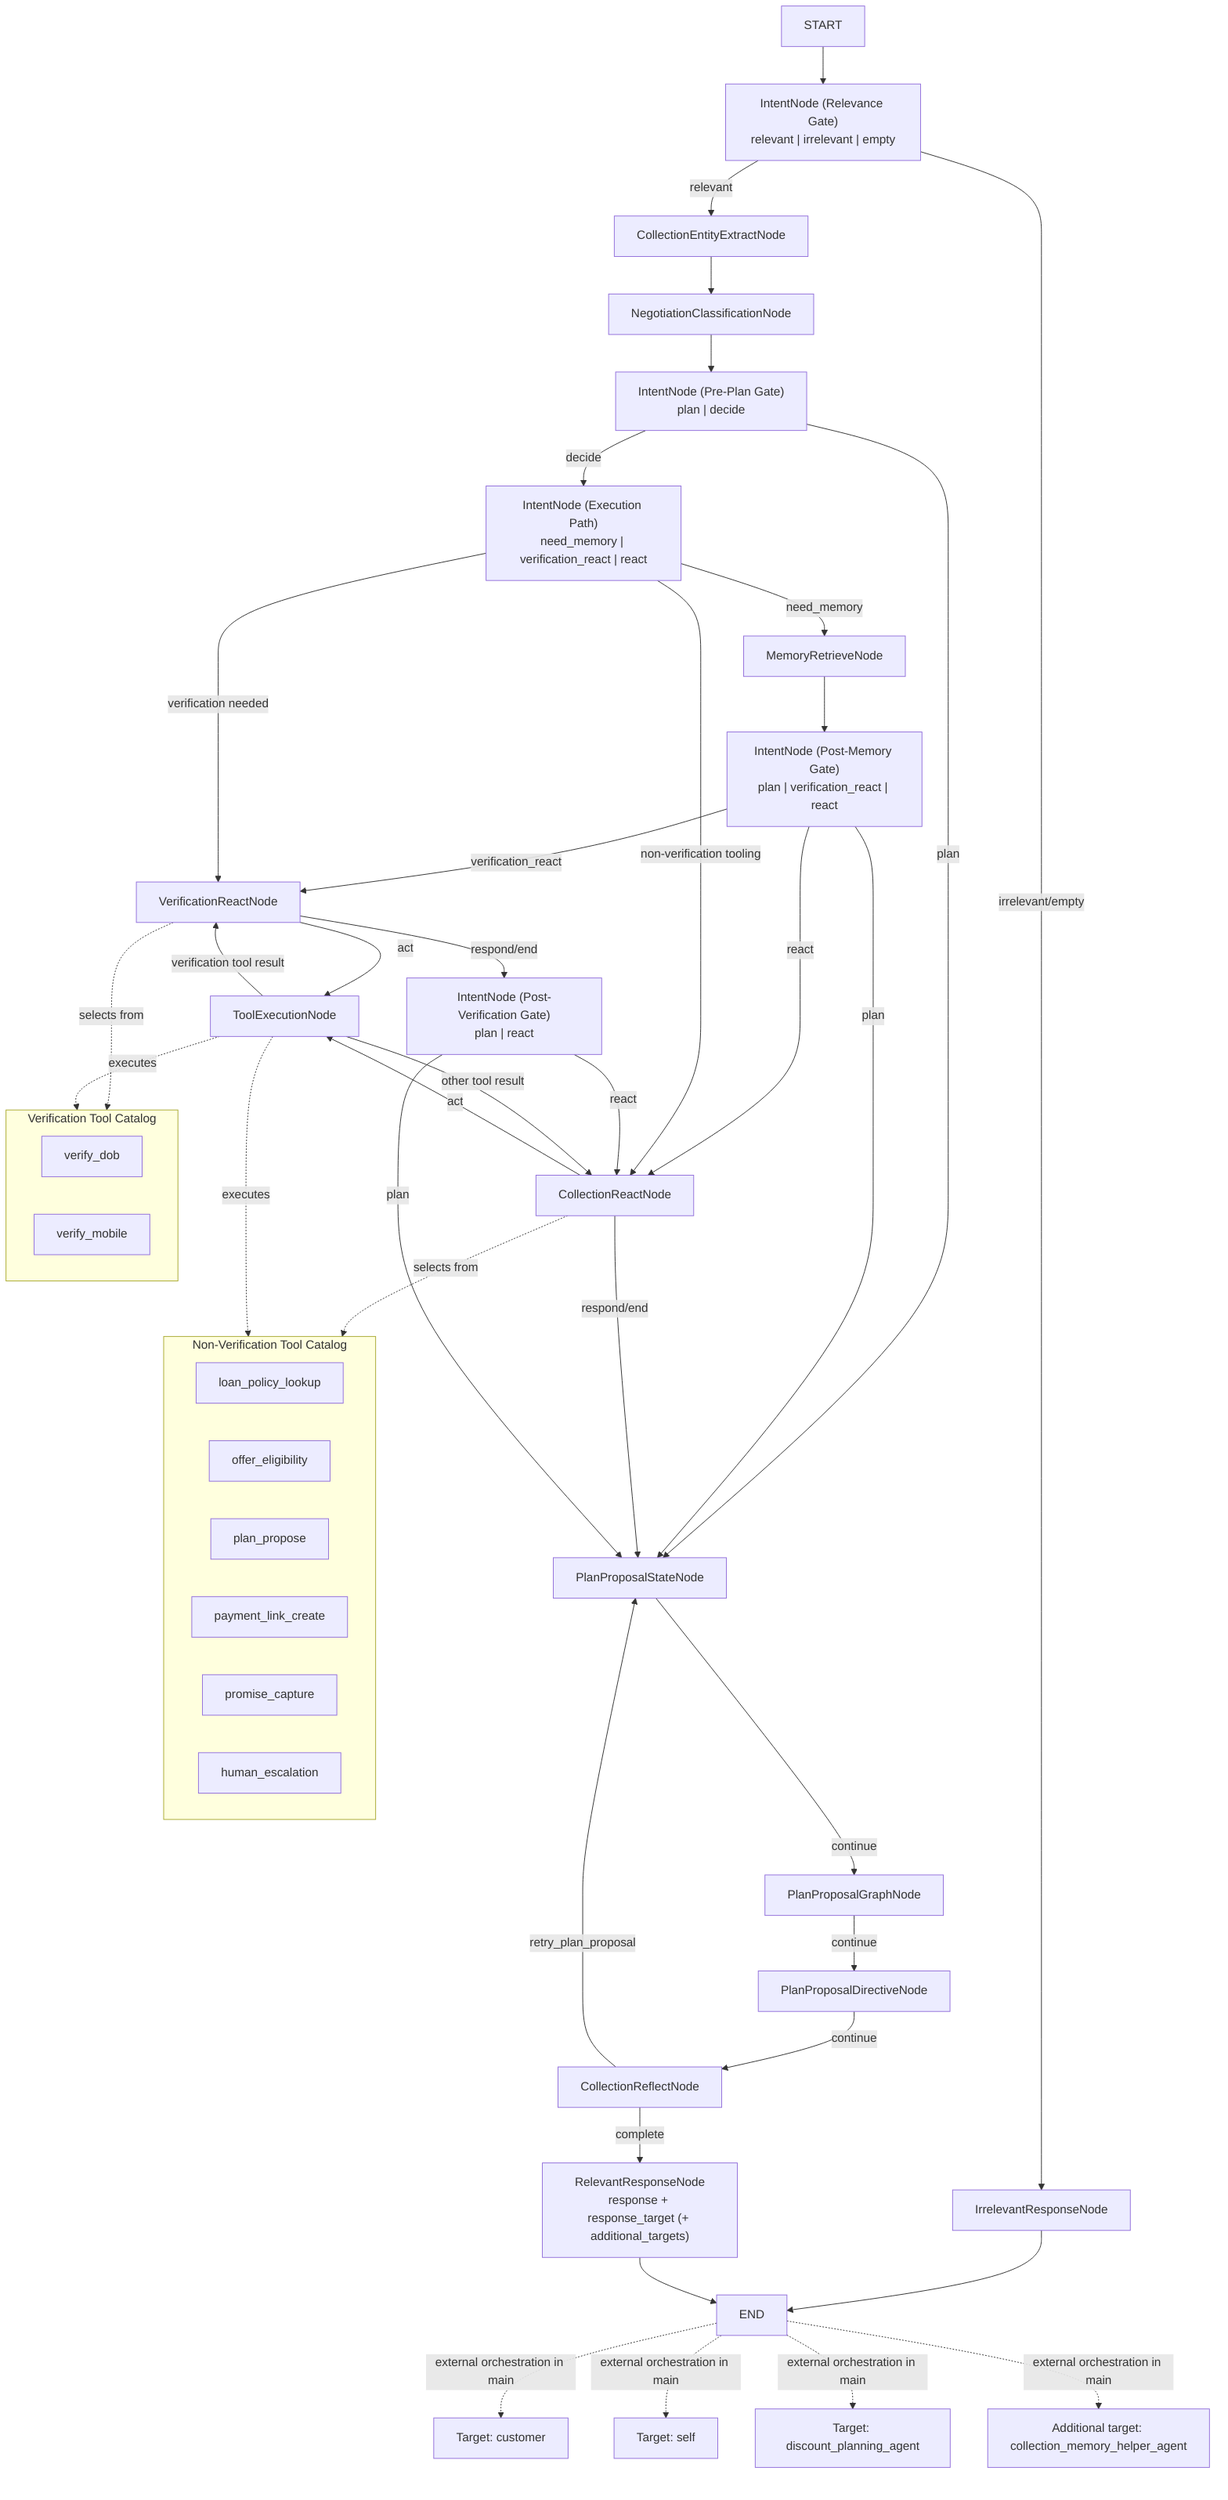
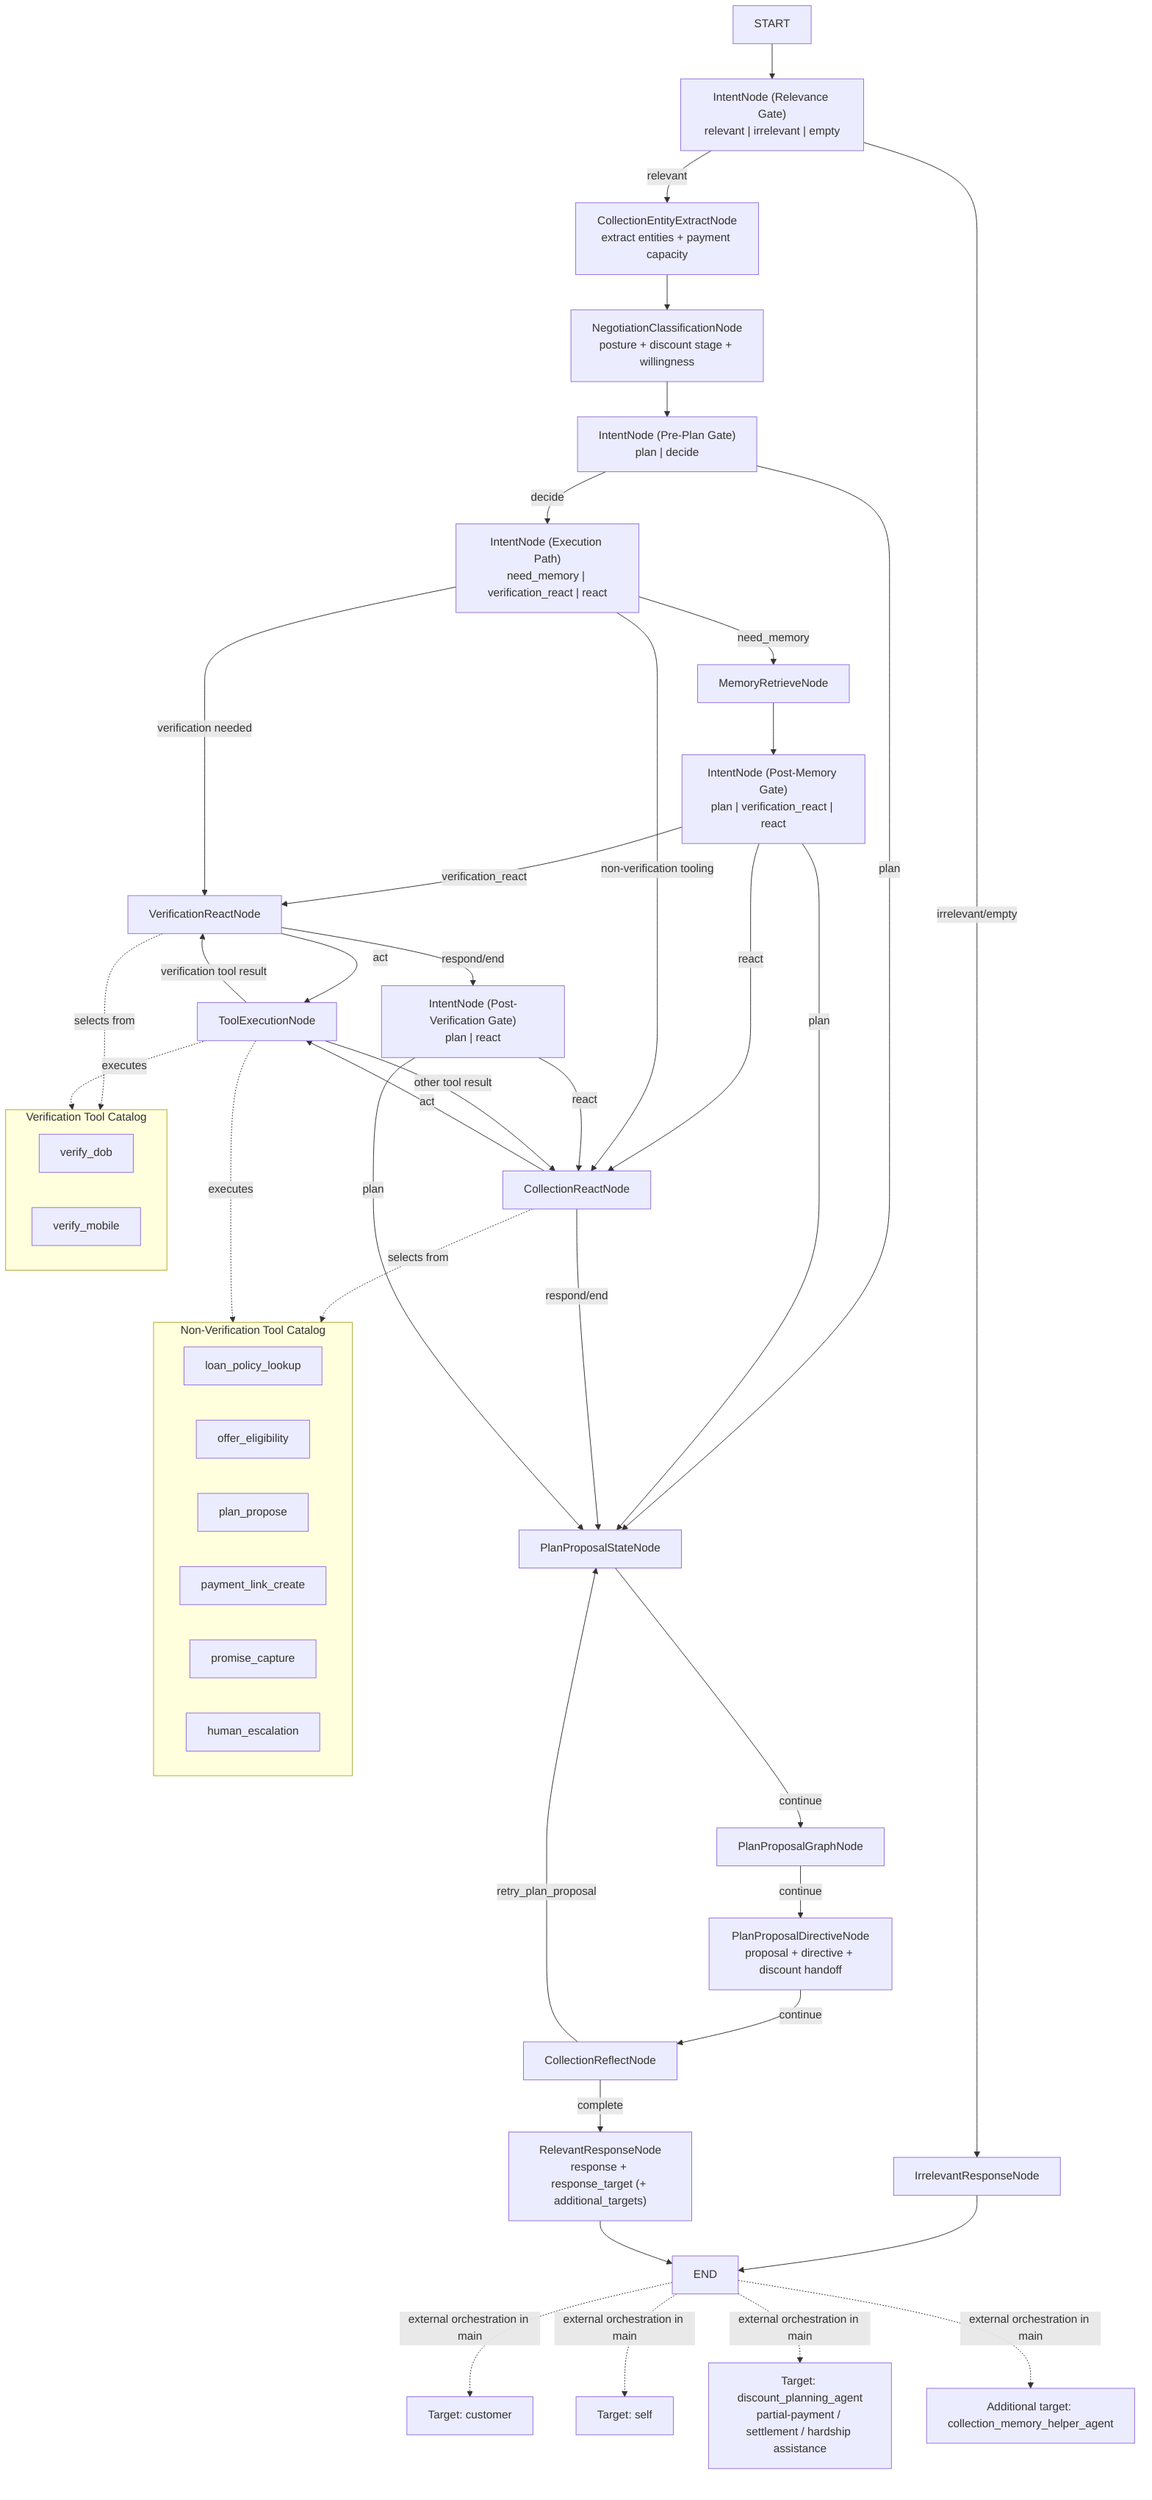
flowchart TD
  Start["START"] --> IN["IntentNode (Relevance Gate)\nrelevant | irrelevant | empty"]
  IN -->|irrelevant/empty| IR["IrrelevantResponseNode"]
  IR --> End["END"]

-   IN -->|relevant| EN["CollectionEntityExtractNode"]
-   EN --> NC["NegotiationClassificationNode"]
+   IN -->|relevant| EN["CollectionEntityExtractNode\nextract entities + payment capacity"]
+   EN --> NC["NegotiationClassificationNode\nposture + discount stage + willingness"]
  NC --> PG["IntentNode (Pre-Plan Gate)\nplan | decide"]
  PG -->|plan| PS["PlanProposalStateNode"]
  PG -->|decide| XP["IntentNode (Execution Path)\nneed_memory | verification_react | react"]

  XP -->|need_memory| MR["MemoryRetrieveNode"]
  MR --> PM["IntentNode (Post-Memory Gate)\nplan | verification_react | react"]
  PM -->|plan| PS
  PM -->|verification_react| VR["VerificationReactNode"]
  PM -->|react| RN["CollectionReactNode"]

  XP -->|verification needed| VR
  XP -->|non-verification tooling| RN

  RN -->|act| TE["ToolExecutionNode"]
  RN -->|respond/end| PS

  VR -->|act| TE
  VR -->|respond/end| PVI["IntentNode (Post-Verification Gate)\nplan | react"]
  PVI -->|plan| PS
  PVI -->|react| RN

  TE -->|verification tool result| VR
  TE -->|other tool result| RN

  PS -->|continue| PGN["PlanProposalGraphNode"]
-   PGN -->|continue| PD["PlanProposalDirectiveNode"]
+   PGN -->|continue| PD["PlanProposalDirectiveNode\nproposal + directive + discount handoff"]
  PD -->|continue| RF["CollectionReflectNode"]
  RF -->|retry_plan_proposal| PS
  RF -->|complete| RR["RelevantResponseNode\nresponse + response_target (+ additional_targets)"]
  RR --> End

  End -. external orchestration in main .-> X1["Target: customer"]
  End -. external orchestration in main .-> X2["Target: self"]
-   End -. external orchestration in main .-> X3["Target: discount_planning_agent"]
+   End -. external orchestration in main .-> X3["Target: discount_planning_agent\npartial-payment / settlement / hardship assistance"]
  End -. external orchestration in main .-> X4["Additional target: collection_memory_helper_agent"]

  subgraph VTBOX["Verification Tool Catalog"]
    VT1["verify_dob"]
    VT2["verify_mobile"]
  end

  subgraph NTBOX["Non-Verification Tool Catalog"]
    NT1["loan_policy_lookup"]
    NT2["offer_eligibility"]
    NT3["plan_propose"]
    NT4["payment_link_create"]
    NT5["promise_capture"]
    NT6["human_escalation"]
  end

  VR -. selects from .-> VTBOX
  RN -. selects from .-> NTBOX
  TE -. executes .-> VTBOX
  TE -. executes .-> NTBOX
